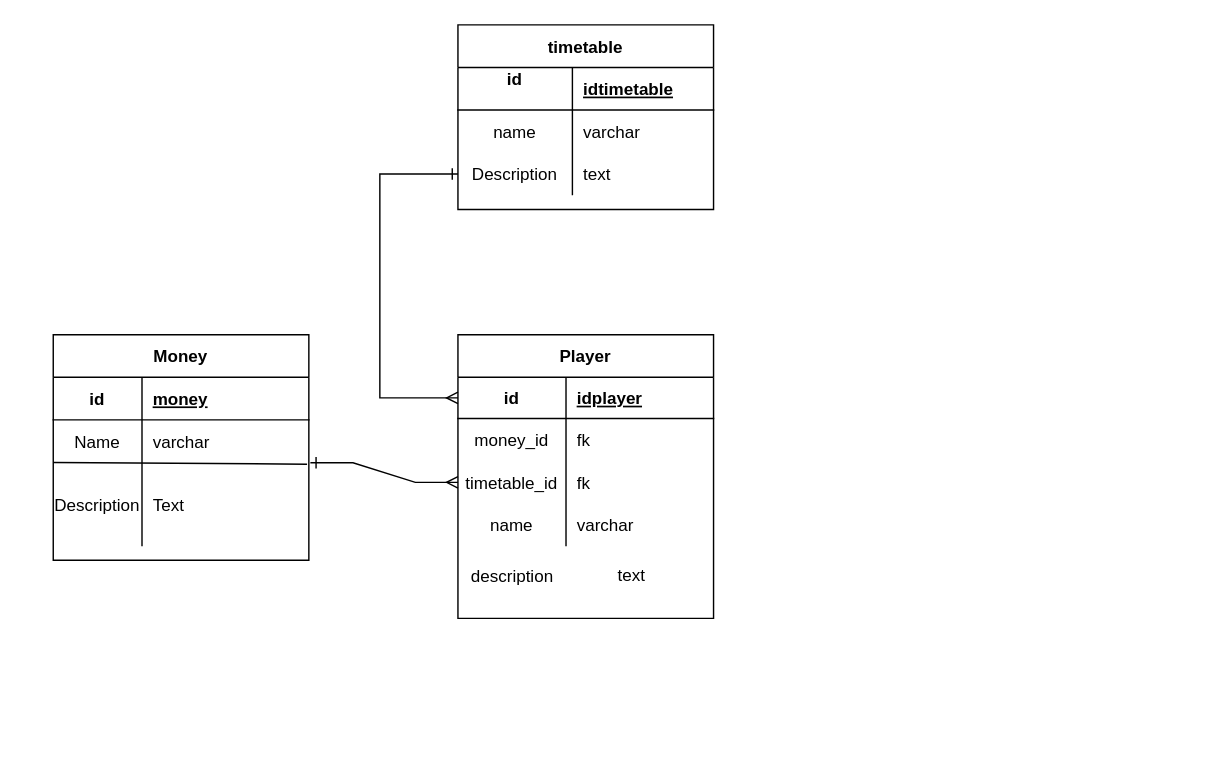
This is ER Diagramm beta11.drawio from Alexsander996/football, a draw.io file, before an edit. Source tidied: cells renumbered, new cells numbered last; positions are measured from the earlier drawing's top-left corner, leaving out a move shared by most shapes. Both pictures are drawn from the tidied source at 142%, with x=0, y=0 at pixel (53, 24).
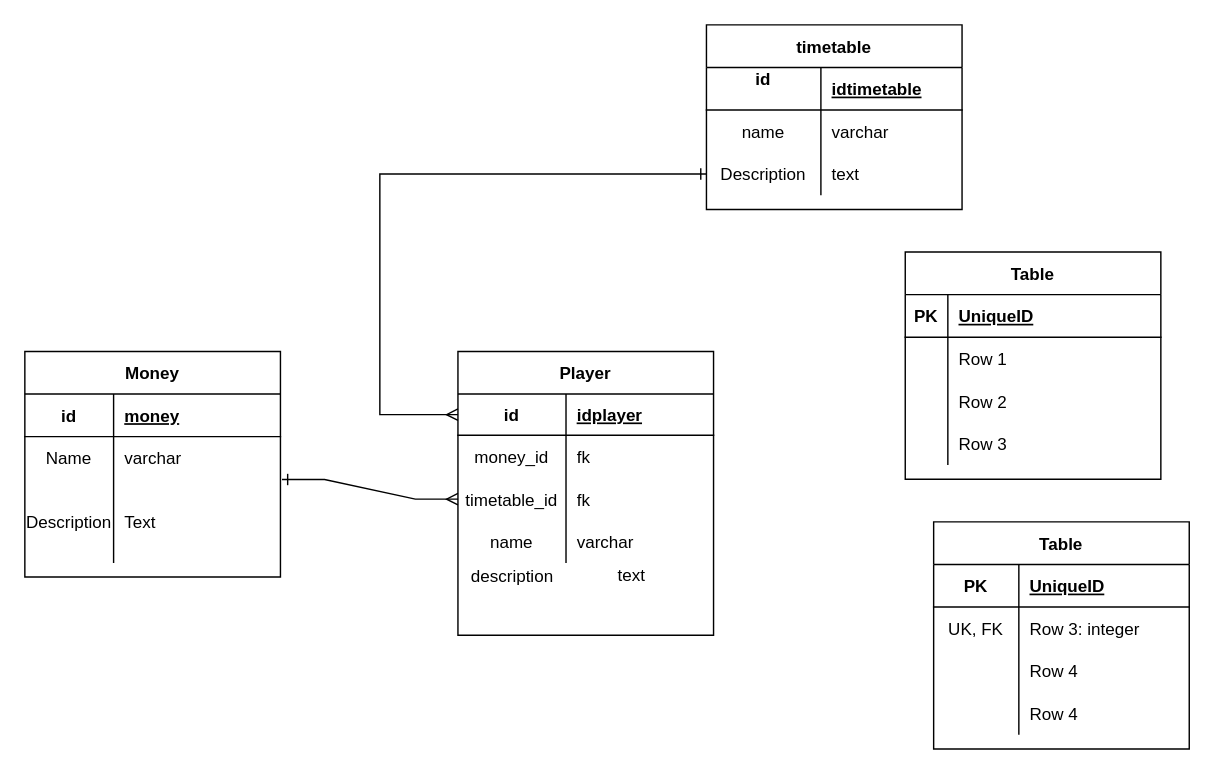
After the change.

Unchanged cells that the change refers to:
```xml
<mxCell id="9" style="shape=partialRectangle;fillColor=none;top=0;left=0;bottom=0;right=0;points=[[0,0.5],[1,0.5]];portConstraint=eastwest;" parent="2" vertex="1">
  <mxGeometry y="90" width="180" height="59" as="geometry" />
</mxCell>
```

What changed in the source:
```diff
@@
     <mxCell id="2" value="Money" style="shape=table;startSize=30;childLayout=tableLayout;rowLines=0;fontStyle=1;align=center;fillColor=none;gradientColor=none;" parent="1" vertex="1">
-      <mxGeometry y="218.2" width="180" height="158.8" as="geometry" />
+      <mxGeometry x="-20" y="230" width="180" height="158.8" as="geometry" />
     </mxCell>
@@
-    <mxCell id="12" style="endArrow=none;html=1;rounded=0;entryX=0.993;entryY=0.02;entryDx=0;entryDy=0;entryPerimeter=0;" parent="1" edge="1" target="9">
-      <mxGeometry relative="1" as="geometry">
-        <mxPoint y="308.2" as="sourcePoint" />
-      </mxGeometry>
-    </mxCell>
     <mxCell id="13" value="Player" style="shape=table;startSize=30;childLayout=tableLayout;rowLines=0;fontStyle=1;align=center;fillColor=none;gradientColor=none;" parent="1" vertex="1">
-      <mxGeometry x="285" y="218.2" width="180" height="199.8" as="geometry" />
+      <mxGeometry x="285" y="230" width="180" height="199.8" as="geometry" />
     </mxCell>
@@
     <mxCell id="27" value="timetable" style="shape=table;startSize=30;childLayout=tableLayout;rowLines=0;fontStyle=1;align=center;fillColor=none;gradientColor=none;" parent="1" vertex="1">
-      <mxGeometry x="285" width="180" height="130" as="geometry" />
+      <mxGeometry x="460" width="180" height="130" as="geometry" />
     </mxCell>
@@
+    <mxCell id="40" value="Table" style="shape=table;startSize=30;childLayout=tableLayout;rowLines=0;fontStyle=1;align=center;" parent="1" vertex="1">
+      <mxGeometry x="600" y="160" width="180" height="160" as="geometry" />
+    </mxCell>
+    <mxCell id="41" style="shape=partialRectangle;fillColor=none;top=0;left=0;bottom=1;right=0;" parent="40" vertex="1">
+      <mxGeometry y="30" width="180" height="30" as="geometry" />
+    </mxCell>
+    <mxCell id="42" value="PK" style="shape=partialRectangle;fillColor=none;top=0;left=0;bottom=0;right=0;fontStyle=1;overflow=hidden;" parent="41" vertex="1">
+      <mxGeometry width="30" height="30" as="geometry" />
+    </mxCell>
+    <mxCell id="43" value="UniqueID" style="shape=partialRectangle;fillColor=none;top=0;left=0;bottom=0;right=0;align=left;spacingLeft=6;fontStyle=5;overflow=hidden;" parent="41" vertex="1">
+      <mxGeometry x="30" width="150" height="30" as="geometry" />
+    </mxCell>
+    <mxCell id="44" style="shape=partialRectangle;fillColor=none;top=0;left=0;bottom=0;right=0;" parent="40" vertex="1">
+      <mxGeometry y="60" width="180" height="30" as="geometry" />
+    </mxCell>
+    <mxCell id="45" style="shape=partialRectangle;fillColor=none;top=0;left=0;bottom=0;right=0;overflow=hidden;" parent="44" vertex="1">
+      <mxGeometry width="30" height="30" as="geometry" />
+    </mxCell>
+    <mxCell id="46" value="Row 1" style="shape=partialRectangle;fillColor=none;top=0;left=0;bottom=0;right=0;align=left;spacingLeft=6;overflow=hidden;" parent="44" vertex="1">
+      <mxGeometry x="30" width="150" height="30" as="geometry" />
+    </mxCell>
+    <mxCell id="47" style="shape=partialRectangle;fillColor=none;top=0;left=0;bottom=0;right=0;" parent="40" vertex="1">
+      <mxGeometry y="90" width="180" height="30" as="geometry" />
+    </mxCell>
+    <mxCell id="48" style="shape=partialRectangle;fillColor=none;top=0;left=0;bottom=0;right=0;overflow=hidden;" parent="47" vertex="1">
+      <mxGeometry width="30" height="30" as="geometry" />
+    </mxCell>
+    <mxCell id="49" value="Row 2" style="shape=partialRectangle;fillColor=none;top=0;left=0;bottom=0;right=0;align=left;spacingLeft=6;overflow=hidden;" parent="47" vertex="1">
+      <mxGeometry x="30" width="150" height="30" as="geometry" />
+    </mxCell>
+    <mxCell id="50" style="shape=partialRectangle;fillColor=none;top=0;left=0;bottom=0;right=0;" parent="40" vertex="1">
+      <mxGeometry y="120" width="180" height="30" as="geometry" />
+    </mxCell>
+    <mxCell id="51" style="shape=partialRectangle;fillColor=none;top=0;left=0;bottom=0;right=0;overflow=hidden;" parent="50" vertex="1">
+      <mxGeometry width="30" height="30" as="geometry" />
+    </mxCell>
+    <mxCell id="52" value="Row 3" style="shape=partialRectangle;fillColor=none;top=0;left=0;bottom=0;right=0;align=left;spacingLeft=6;overflow=hidden;" parent="50" vertex="1">
+      <mxGeometry x="30" width="150" height="30" as="geometry" />
+    </mxCell>
+    <mxCell id="53" value="Table" style="shape=table;startSize=30;childLayout=tableLayout;rowLines=0;fontStyle=1;align=center;" parent="1" vertex="1">
+      <mxGeometry x="620" y="350" width="180" height="160" as="geometry" />
+    </mxCell>
+    <mxCell id="54" style="shape=partialRectangle;fillColor=none;top=0;left=0;bottom=1;right=0;" parent="53" vertex="1">
+      <mxGeometry y="30" width="180" height="30" as="geometry" />
+    </mxCell>
+    <mxCell id="55" value="PK" style="shape=partialRectangle;fillColor=none;top=0;left=0;bottom=0;right=0;fontStyle=1;overflow=hidden;" parent="54" vertex="1">
+      <mxGeometry width="60" height="30" as="geometry" />
+    </mxCell>
+    <mxCell id="56" value="UniqueID" style="shape=partialRectangle;fillColor=none;top=0;left=0;bottom=0;right=0;align=left;spacingLeft=6;fontStyle=5;overflow=hidden;" parent="54" vertex="1">
+      <mxGeometry x="60" width="120" height="30" as="geometry" />
+    </mxCell>
+    <mxCell id="57" style="shape=partialRectangle;fillColor=none;top=0;left=0;bottom=0;right=0;" parent="53" vertex="1">
+      <mxGeometry y="60" width="180" height="30" as="geometry" />
+    </mxCell>
+    <mxCell id="58" value="UK, FK" style="shape=partialRectangle;fillColor=none;top=0;left=0;bottom=0;right=0;overflow=hidden;" parent="57" vertex="1">
+      <mxGeometry width="60" height="30" as="geometry" />
+    </mxCell>
+    <mxCell id="59" value="Row 3: integer" style="shape=partialRectangle;fillColor=none;top=0;left=0;bottom=0;right=0;align=left;spacingLeft=6;overflow=hidden;" parent="57" vertex="1">
+      <mxGeometry x="60" width="120" height="30" as="geometry" />
+    </mxCell>
+    <mxCell id="60" style="shape=partialRectangle;fillColor=none;top=0;left=0;bottom=0;right=0;" parent="53" vertex="1">
+      <mxGeometry y="90" width="180" height="30" as="geometry" />
+    </mxCell>
+    <mxCell id="61" style="shape=partialRectangle;fillColor=none;top=0;left=0;bottom=0;right=0;overflow=hidden;" parent="60" vertex="1">
+      <mxGeometry width="60" height="30" as="geometry" />
+    </mxCell>
+    <mxCell id="62" value="Row 4" style="shape=partialRectangle;fillColor=none;top=0;left=0;bottom=0;right=0;align=left;spacingLeft=6;overflow=hidden;" parent="60" vertex="1">
+      <mxGeometry x="60" width="120" height="30" as="geometry" />
+    </mxCell>
+    <mxCell id="63" style="shape=partialRectangle;fillColor=none;top=0;left=0;bottom=0;right=0;" parent="53" vertex="1">
+      <mxGeometry y="120" width="180" height="30" as="geometry" />
+    </mxCell>
+    <mxCell id="64" style="shape=partialRectangle;fillColor=none;top=0;left=0;bottom=0;right=0;overflow=hidden;" parent="63" vertex="1">
+      <mxGeometry width="60" height="30" as="geometry" />
+    </mxCell>
+    <mxCell id="65" value="Row 4" style="shape=partialRectangle;fillColor=none;top=0;left=0;bottom=0;right=0;align=left;spacingLeft=6;overflow=hidden;" parent="63" vertex="1">
+      <mxGeometry x="60" width="120" height="30" as="geometry" />
+    </mxCell>
```
